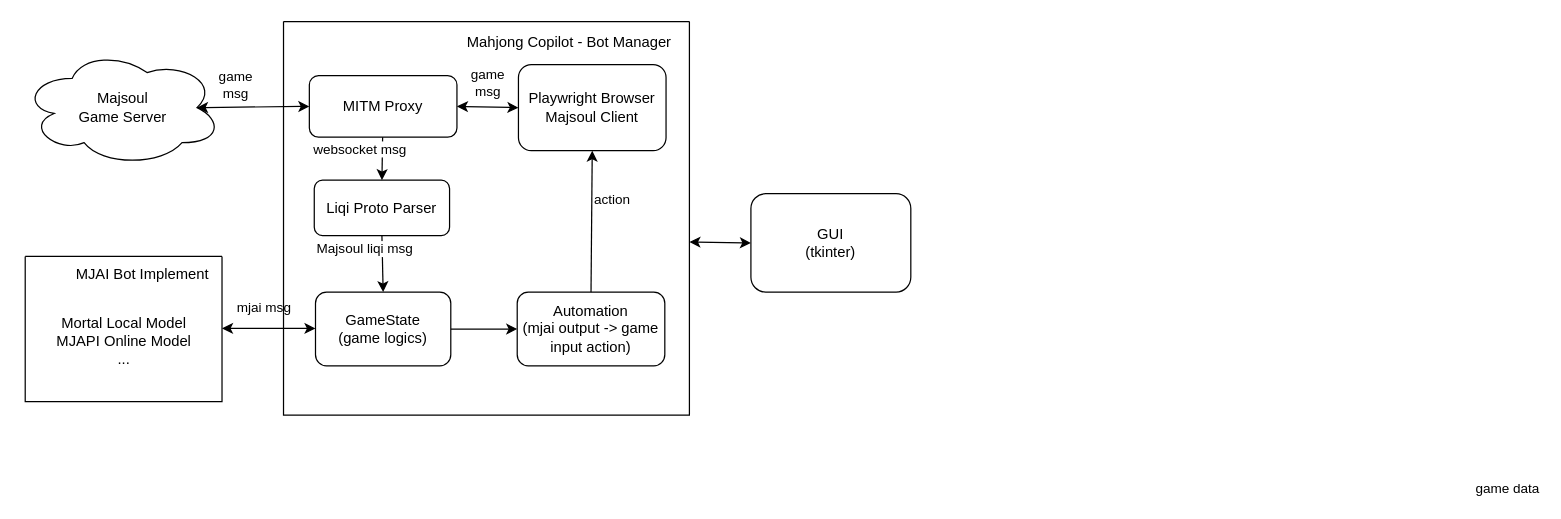
latorc/MahjongCopilot keeps this draw.io diagram as assets/design_struct.drawio. Above is the earlier version. Source tidied: cells renumbered, new cells numbered last; positions are measured from the earlier drawing's top-left corner, leaving out a move shared by most shapes. Both pictures are drawn from the tidied source at 123%, with x=0, y=0 at pixel (22, 21).
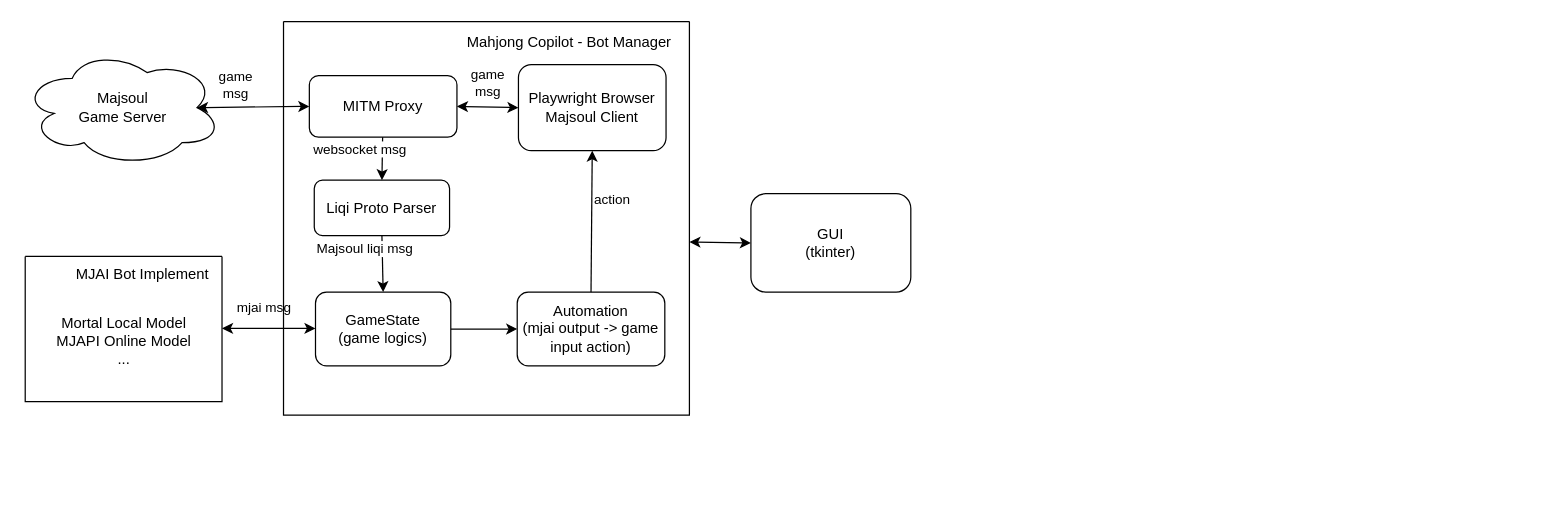
Above is the later version.

The change refers to these unchanged cells:
```xml
<mxCell id="2" style="endArrow=classic;startArrow=classic;html=1;entryX=0.875;entryY=0.5;entryDx=0;entryDy=0;exitX=0;exitY=0.5;exitDx=0;exitDy=0;entryPerimeter=0;" parent="1" edge="1" source="20" target="28">
  <mxGeometry relative="1" as="geometry" />
</mxCell>
```

The edit, as a diff of the source:
```diff
@@
-    <mxCell id="3" value="game data" style="edgeLabel;html=1;align=center;verticalAlign=middle;" parent="2" vertex="1">
-      <mxGeometry x="0.25" y="-2" relative="1" as="geometry">
-        <mxPoint x="1031" y="312" as="offset" />
-      </mxGeometry>
-    </mxCell>
```
